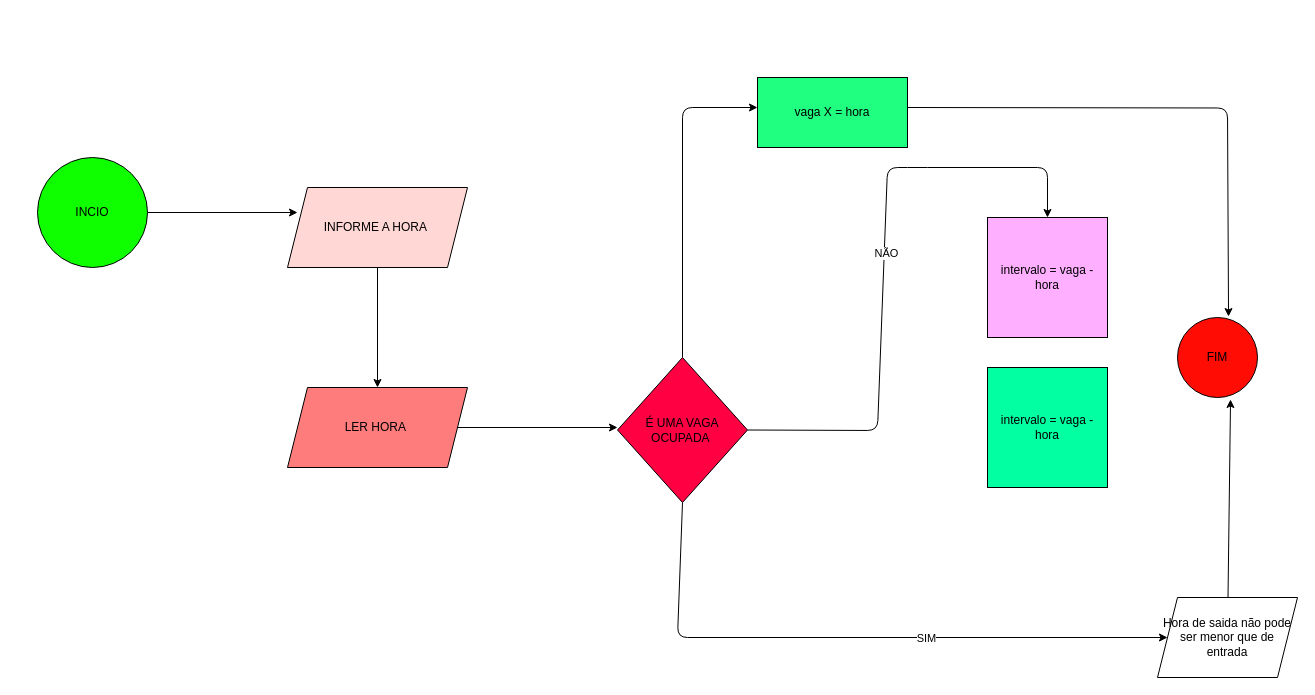
Before: Projetos/estacionamento/docs/diagrama.drawio in guhbarros99/TII09-UC06, a draw.io diagram. Source tidied: cells renumbered, new cells numbered last; positions are measured from the earlier drawing's top-left corner, leaving out a move shared by most shapes. Both pictures are drawn from the tidied source at 100%, with x=0, y=0 at pixel (37, 77).
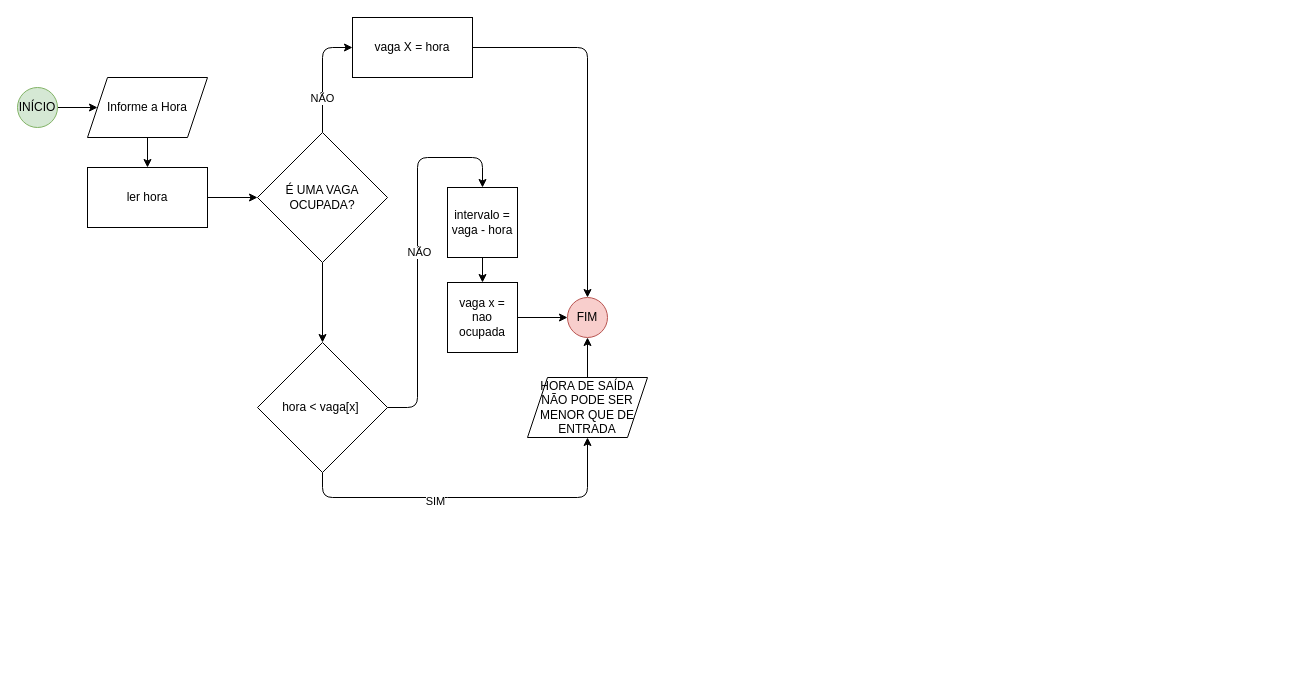
The same page after the edit.

Diff of the diagram source:
```diff
@@
+    <mxCell id="3" value="FIM" style="ellipse;whiteSpace=wrap;html=1;fillColor=#f8cecc;strokeColor=#b85450;" parent="1" vertex="1">
+      <mxGeometry x="530" y="220" width="40" height="40" as="geometry" />
+    </mxCell>
+    <mxCell id="5" style="edgeStyle=none;html=1;" parent="1" edge="1" source="2" target="4">
+      <mxGeometry relative="1" as="geometry" />
+    </mxCell>
-    <mxCell id="2" style="edgeStyle=none;html=1;" parent="1" edge="1" source="3">
-      <mxGeometry relative="1" as="geometry">
-        <mxPoint x="260" y="135" as="targetPoint" />
-      </mxGeometry>
+    <mxCell id="2" value="INÍCIO" style="ellipse;whiteSpace=wrap;html=1;fillColor=#d5e8d4;strokeColor=#82b366;" parent="1" vertex="1">
+      <mxGeometry x="-20" y="10" width="40" height="40" as="geometry" />
     </mxCell>
-    <mxCell id="3" value="INCIO" style="ellipse;whiteSpace=wrap;html=1;fillColor=#10FF00;" parent="1" vertex="1">
-      <mxGeometry y="80" width="110" height="110" as="geometry" />
-    </mxCell>
+    <mxCell id="21" style="edgeStyle=none;html=1;" parent="1" edge="1" source="4" target="7">
+      <mxGeometry relative="1" as="geometry" />
+    </mxCell>
-    <mxCell id="4" style="edgeStyle=none;html=1;" parent="1" edge="1" source="5">
-      <mxGeometry relative="1" as="geometry">
-        <mxPoint x="340" y="310" as="targetPoint" />
-      </mxGeometry>
+    <mxCell id="4" value="Informe a Hora" style="shape=parallelogram;perimeter=parallelogramPerimeter;whiteSpace=wrap;html=1;fixedSize=1;" parent="1" vertex="1">
+      <mxGeometry x="50" width="120" height="60" as="geometry" />
     </mxCell>
-    <mxCell id="5" value="INFORME A HORA&amp;nbsp;" style="shape=parallelogram;perimeter=parallelogramPerimeter;whiteSpace=wrap;html=1;fixedSize=1;fillColor=#FFD8D6;" parent="1" vertex="1">
-      <mxGeometry x="250" y="110" width="180" height="80" as="geometry" />
-    </mxCell>
+    <mxCell id="13" style="edgeStyle=none;html=1;" parent="1" edge="1" source="7" target="6">
+      <mxGeometry relative="1" as="geometry" />
+    </mxCell>
+    <mxCell id="7" value="ler hora" style="whiteSpace=wrap;html=1;" parent="1" vertex="1">
+      <mxGeometry x="50" y="90" width="120" height="60" as="geometry" />
+    </mxCell>
+    <mxCell id="15" style="edgeStyle=none;html=1;" parent="1" edge="1" source="6" target="22">
+      <mxGeometry relative="1" as="geometry">
+        <Array as="points">
+          <mxPoint x="285" y="-30" />
+        </Array>
+      </mxGeometry>
+    </mxCell>
+    <mxCell id="8" value="NÃO" style="edgeLabel;html=1;align=center;verticalAlign=middle;" parent="15" vertex="1">
+      <mxGeometry x="-0.4" y="1" relative="1" as="geometry" />
+    </mxCell>
+    <mxCell id="12" style="edgeStyle=none;html=1;" parent="1" edge="1" source="6" target="20">
+      <mxGeometry relative="1" as="geometry" />
+    </mxCell>
-    <mxCell id="6" style="edgeStyle=none;html=1;exitX=1;exitY=0.5;exitDx=0;exitDy=0;" parent="1" edge="1" source="7">
-      <mxGeometry relative="1" as="geometry">
-        <mxPoint x="580" y="350" as="targetPoint" />
-      </mxGeometry>
+    <mxCell id="6" value="É UMA VAGA OCUPADA?" style="rhombus;whiteSpace=wrap;html=1;" parent="1" vertex="1">
+      <mxGeometry x="220" y="55" width="130" height="130" as="geometry" />
     </mxCell>
-    <mxCell id="7" value="LER HORA&amp;nbsp;" style="shape=parallelogram;perimeter=parallelogramPerimeter;whiteSpace=wrap;html=1;fixedSize=1;fillColor=#FF7C7C;" parent="1" vertex="1">
-      <mxGeometry x="250" y="310" width="180" height="80" as="geometry" />
-    </mxCell>
-    <mxCell id="8" style="edgeStyle=none;html=1;" parent="1" edge="1" source="13">
-      <mxGeometry relative="1" as="geometry">
-        <mxPoint x="720" y="30" as="targetPoint" />
-        <Array as="points">
-          <mxPoint x="645" y="30" />
-        </Array>
-      </mxGeometry>
-    </mxCell>
-    <mxCell id="9" style="edgeStyle=none;html=1;exitX=0.5;exitY=1;exitDx=0;exitDy=0;" parent="1" edge="1" source="13">
-      <mxGeometry relative="1" as="geometry">
-        <mxPoint x="1130" y="560" as="targetPoint" />
-        <Array as="points">
-          <mxPoint x="640" y="560" />
-        </Array>
-      </mxGeometry>
-    </mxCell>
+    <mxCell id="17" style="edgeStyle=orthogonalEdgeStyle;html=1;entryX=0.5;entryY=0;entryDx=0;entryDy=0;" parent="1" edge="1" source="22" target="3">
+      <mxGeometry relative="1" as="geometry" />
+    </mxCell>
+    <mxCell id="22" value="vaga X = hora" style="whiteSpace=wrap;html=1;" parent="1" vertex="1">
+      <mxGeometry x="315" y="-60" width="120" height="60" as="geometry" />
+    </mxCell>
+    <mxCell id="23" style="edgeStyle=none;html=1;entryX=0.5;entryY=0;entryDx=0;entryDy=0;" parent="1" edge="1" source="14" target="25">
+      <mxGeometry relative="1" as="geometry" />
+    </mxCell>
+    <mxCell id="14" value="intervalo = vaga - hora" style="whiteSpace=wrap;html=1;" parent="1" vertex="1">
+      <mxGeometry x="410" y="110" width="70" height="70" as="geometry" />
+    </mxCell>
+    <mxCell id="24" style="edgeStyle=none;html=1;entryX=0;entryY=0.5;entryDx=0;entryDy=0;" parent="1" edge="1" source="25" target="3">
+      <mxGeometry relative="1" as="geometry" />
+    </mxCell>
+    <mxCell id="25" value="vaga x = nao ocupada" style="whiteSpace=wrap;html=1;" parent="1" vertex="1">
+      <mxGeometry x="410" y="205" width="70" height="70" as="geometry" />
+    </mxCell>
-    <mxCell id="10" value="SIM" style="edgeLabel;html=1;align=center;verticalAlign=middle;" parent="9" vertex="1">
-      <mxGeometry x="0.23" relative="1" as="geometry" />
+    <mxCell id="10" style="edgeStyle=none;html=1;" parent="1" edge="1" source="20" target="30">
+      <mxGeometry relative="1" as="geometry">
+        <Array as="points">
+          <mxPoint x="285" y="420" />
+          <mxPoint x="400" y="420" />
+          <mxPoint x="550" y="420" />
+        </Array>
+      </mxGeometry>
     </mxCell>
-    <mxCell id="11" style="edgeStyle=none;html=1;exitX=1;exitY=0.5;exitDx=0;exitDy=0;entryX=0.5;entryY=0;entryDx=0;entryDy=0;" parent="1" edge="1" source="13" target="16">
-      <mxGeometry relative="1" as="geometry">
-        <Array as="points">
-          <mxPoint x="840" y="353" />
-          <mxPoint x="850" y="90" />
-          <mxPoint x="880" y="90" />
-          <mxPoint x="1010" y="90" />
-        </Array>
-      </mxGeometry>
-    </mxCell>
-    <mxCell id="12" value="NÃO" style="edgeLabel;html=1;align=center;verticalAlign=middle;" parent="11" vertex="1">
-      <mxGeometry x="0.02" y="-2" relative="1" as="geometry" />
-    </mxCell>
-    <mxCell id="13" value="É UMA VAGA OCUPADA&amp;nbsp;" style="rhombus;whiteSpace=wrap;html=1;fillColor=#FF0043;" parent="1" vertex="1">
-      <mxGeometry x="580" y="280" width="130" height="145" as="geometry" />
-    </mxCell>
-    <mxCell id="14" style="edgeStyle=none;html=1;exitX=1;exitY=0.5;exitDx=0;exitDy=0;entryX=0.638;entryY=-0.012;entryDx=0;entryDy=0;entryPerimeter=0;" parent="1" edge="1" target="18">
-      <mxGeometry relative="1" as="geometry">
-        <mxPoint x="870" y="30" as="sourcePoint" />
-        <Array as="points">
-          <mxPoint x="1190" y="30.5" />
-        </Array>
-      </mxGeometry>
-    </mxCell>
-    <mxCell id="15" value="vaga X = hora" style="whiteSpace=wrap;html=1;fillColor=#21FF81;" parent="1" vertex="1">
-      <mxGeometry x="720" width="150" height="70" as="geometry" />
-    </mxCell>
-    <mxCell id="16" value="intervalo = vaga - hora" style="whiteSpace=wrap;html=1;fillColor=#FFAFFF;" parent="1" vertex="1">
-      <mxGeometry x="950" y="140" width="120" height="120" as="geometry" />
-    </mxCell>
-    <mxCell id="17" value="intervalo = vaga - hora" style="whiteSpace=wrap;html=1;fillColor=#02FFA2;" parent="1" vertex="1">
-      <mxGeometry x="950" y="290" width="120" height="120" as="geometry" />
-    </mxCell>
-    <mxCell id="18" value="FIM" style="ellipse;whiteSpace=wrap;html=1;fillColor=#FF0D05;" parent="1" vertex="1">
-      <mxGeometry x="1140" y="240" width="80" height="80" as="geometry" />
-    </mxCell>
-    <mxCell id="19" value="&lt;span&gt;Hora de saida não pode ser menor que de entrada&lt;/span&gt;" style="shape=parallelogram;perimeter=parallelogramPerimeter;whiteSpace=wrap;html=1;fixedSize=1;" parent="1" vertex="1">
-      <mxGeometry x="1120" y="520" width="140" height="80" as="geometry" />
-    </mxCell>
+    <mxCell id="26" value="SIM" style="edgeLabel;html=1;align=center;verticalAlign=middle;" parent="10" vertex="1">
+      <mxGeometry x="-0.22" y="-3" relative="1" as="geometry" />
+    </mxCell>
+    <mxCell id="27" style="edgeStyle=none;html=1;entryX=0.5;entryY=0;entryDx=0;entryDy=0;" parent="1" edge="1" source="20" target="14">
+      <mxGeometry relative="1" as="geometry">
+        <Array as="points">
+          <mxPoint x="380" y="330" />
+          <mxPoint x="380" y="80" />
+          <mxPoint x="445" y="80" />
+        </Array>
+      </mxGeometry>
+    </mxCell>
+    <mxCell id="28" value="NÃO" style="edgeLabel;html=1;align=center;verticalAlign=middle;" parent="27" vertex="1">
+      <mxGeometry x="-0.01" y="-1" relative="1" as="geometry" />
+    </mxCell>
-    <mxCell id="20" style="edgeStyle=none;html=1;entryX=0.663;entryY=1.025;entryDx=0;entryDy=0;entryPerimeter=0;" parent="1" edge="1" source="19" target="18">
-      <mxGeometry relative="1" as="geometry" />
+    <mxCell id="20" value="hora &amp;lt; vaga[x]&amp;nbsp;" style="rhombus;whiteSpace=wrap;html=1;" parent="1" vertex="1">
+      <mxGeometry x="220" y="265" width="130" height="130" as="geometry" />
     </mxCell>
+    <mxCell id="29" style="edgeStyle=none;html=1;entryX=0.5;entryY=1;entryDx=0;entryDy=0;" parent="1" edge="1" source="30" target="3">
+      <mxGeometry relative="1" as="geometry" />
+    </mxCell>
+    <mxCell id="30" value="HORA DE SAÍDA NÃO PODE SER MENOR QUE DE ENTRADA" style="shape=parallelogram;perimeter=parallelogramPerimeter;whiteSpace=wrap;html=1;fixedSize=1;" parent="1" vertex="1">
+      <mxGeometry x="490" y="300" width="120" height="60" as="geometry" />
+    </mxCell>
```
